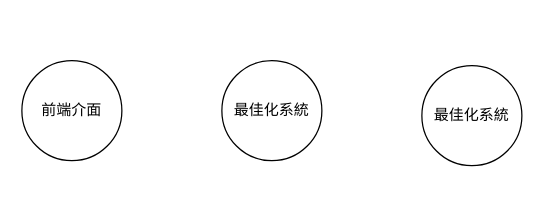
Before: page "第 5 页" (5 of 5) of 優化器模擬器互動.drawio in lai20021015/Automobile-energy-consumption-detector, a draw.io diagram. Source tidied: cells renumbered, new cells numbered last; positions are measured from the earlier drawing's top-left corner, leaving out a move shared by most shapes. Both pictures are drawn from the tidied source at 125%, with x=0, y=0 at pixel (21, 60).
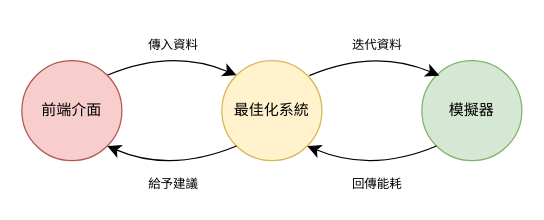
The same diagram, later.

Commit message (it also covers changes not shown here):
更新最佳化模擬器互動.drawio

The edit, as a diff of the source:
```diff
@@
 <mxGraphModel>
   <root>
     <mxCell id="0" />
     <mxCell id="1" parent="0" />
+    <mxCell id="5" style="edgeStyle=none;curved=1;rounded=0;jettySize=auto;html=1;entryX=0;entryY=0;entryDx=0;entryDy=0;fontSize=12;startSize=8;endSize=8;exitX=1;exitY=0;exitDx=0;exitDy=0;" parent="1" edge="1" source="2" target="3">
+      <mxGeometry relative="1" as="geometry">
+        <Array as="points">
+          <mxPoint x="120" y="-10" />
+        </Array>
+      </mxGeometry>
+    </mxCell>
-    <mxCell id="2" value="&lt;font face=&quot;標楷體&quot;&gt;前端介面&lt;/font&gt;" style="ellipse;whiteSpace=wrap;html=1;" parent="1" vertex="1">
+    <mxCell id="2" value="&lt;font&gt;前端介面&lt;/font&gt;" style="ellipse;whiteSpace=wrap;html=1;fontFamily=微軟正黑體;fillColor=#f8cecc;strokeColor=#b85450;" parent="1" vertex="1">
       <mxGeometry width="80" height="80" as="geometry" />
     </mxCell>
-    <mxCell id="3" value="&lt;font face=&quot;標楷體&quot;&gt;最佳化系統&lt;/font&gt;" style="ellipse;whiteSpace=wrap;html=1;" parent="1" vertex="1">
+    <mxCell id="3" value="&lt;font&gt;最佳化系統&lt;/font&gt;" style="ellipse;whiteSpace=wrap;html=1;fontFamily=微軟正黑體;fillColor=#fff2cc;strokeColor=#d6b656;" parent="1" vertex="1">
       <mxGeometry x="160" width="80" height="80" as="geometry" />
     </mxCell>
-    <mxCell id="4" value="&lt;font face=&quot;標楷體&quot;&gt;最佳化系統&lt;/font&gt;" style="ellipse;whiteSpace=wrap;html=1;" parent="1" vertex="1">
-      <mxGeometry x="320" y="4" width="80" height="80" as="geometry" />
+    <mxCell id="4" value="模擬器" style="ellipse;whiteSpace=wrap;html=1;fontFamily=微軟正黑體;fillColor=#d5e8d4;strokeColor=#82b366;" parent="1" vertex="1">
+      <mxGeometry x="320" width="80" height="80" as="geometry" />
     </mxCell>
+    <mxCell id="6" style="edgeStyle=none;curved=1;rounded=0;orthogonalLoop=1;jettySize=auto;html=1;entryX=0;entryY=0;entryDx=0;entryDy=0;fontSize=12;startSize=8;endSize=8;exitX=1;exitY=0;exitDx=0;exitDy=0;" parent="1" edge="1">
+      <mxGeometry relative="1" as="geometry">
+        <mxPoint x="230" y="12" as="sourcePoint" />
+        <mxPoint x="334" y="12" as="targetPoint" />
+        <Array as="points">
+          <mxPoint x="282" y="-10" />
+        </Array>
+      </mxGeometry>
+    </mxCell>
+    <mxCell id="7" style="edgeStyle=none;curved=1;rounded=0;jettySize=auto;html=1;entryX=0;entryY=1;entryDx=0;entryDy=0;fontSize=12;startSize=8;endSize=8;exitX=1;exitY=1;exitDx=0;exitDy=0;startArrow=classic;startFill=1;endArrow=none;" parent="1" edge="1" source="2" target="3">
+      <mxGeometry relative="1" as="geometry">
+        <Array as="points">
+          <mxPoint x="119" y="90" />
+        </Array>
+      </mxGeometry>
+    </mxCell>
+    <mxCell id="8" style="edgeStyle=none;curved=1;rounded=0;jettySize=auto;html=1;entryX=0;entryY=1;entryDx=0;entryDy=0;fontSize=12;startSize=8;endSize=8;exitX=1;exitY=1;exitDx=0;exitDy=0;startArrow=classic;startFill=1;endArrow=none;" parent="1" edge="1" source="3" target="4">
+      <mxGeometry relative="1" as="geometry">
+        <Array as="points">
+          <mxPoint x="280" y="90" />
+        </Array>
+      </mxGeometry>
+    </mxCell>
+    <mxCell id="9" value="&lt;font style=&quot;font-size: 10px;&quot;&gt;傳入資料&lt;/font&gt;" style="text;html=1;align=center;verticalAlign=middle;strokeColor=none;fillColor=none;fontSize=16;" parent="1" vertex="1">
+      <mxGeometry x="92" y="-31" width="58" height="31" as="geometry" />
+    </mxCell>
+    <mxCell id="10" value="&lt;span style=&quot;font-size: 10px;&quot;&gt;迭代資料&lt;/span&gt;" style="text;html=1;align=center;verticalAlign=middle;strokeColor=none;fillColor=none;fontSize=16;" parent="1" vertex="1">
+      <mxGeometry x="255" y="-31" width="58" height="31" as="geometry" />
+    </mxCell>
+    <mxCell id="11" value="&lt;span style=&quot;font-size: 10px;&quot;&gt;回傳能耗&lt;/span&gt;" style="text;html=1;align=center;verticalAlign=middle;strokeColor=none;fillColor=none;fontSize=16;" parent="1" vertex="1">
+      <mxGeometry x="255" y="80" width="58" height="31" as="geometry" />
+    </mxCell>
+    <mxCell id="12" value="&lt;span style=&quot;font-size: 10px;&quot;&gt;給予建議&lt;/span&gt;" style="text;html=1;align=center;verticalAlign=middle;strokeColor=none;fillColor=none;fontSize=16;" parent="1" vertex="1">
+      <mxGeometry x="92" y="80" width="58" height="31" as="geometry" />
+    </mxCell>
   </root>
 </mxGraphModel>
```
